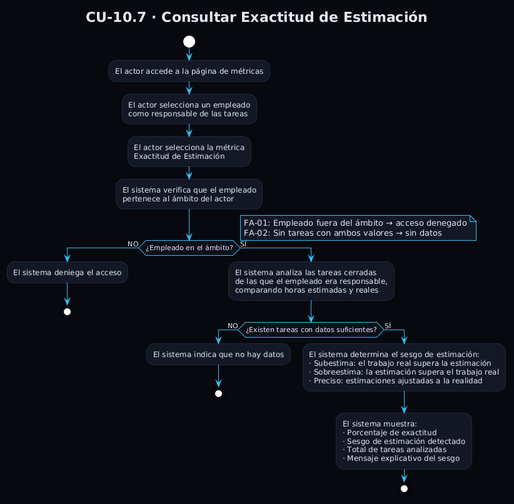
This is Estudiantes/cesar-garcia-eguiguren/Capítulo-2/imagenes/CdU/metricas/flujoCU10.7.png from ceesargaarcia/GII-TFG-2026, a PlantUML export, as it was before one commit.
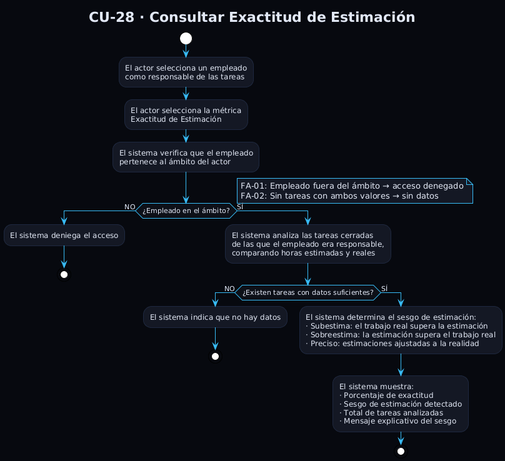
The same diagram one commit later.

Change to the diagram source:
```diff
@@ -9,10 +9,9 @@
 skinparam ActivityDiamondBorderColor #38BDF8
 skinparam NoteBackgroundColor #141824
 skinparam NoteBorderColor #38BDF8
-title CU-10.7 · Consultar Exactitud de Estimación
+title CU-28 · Consultar Exactitud de Estimación
 
 start
-:El actor accede a la página de métricas;
 :El actor selecciona un empleado
 como responsable de las tareas;
 :El actor selecciona la métrica
```
